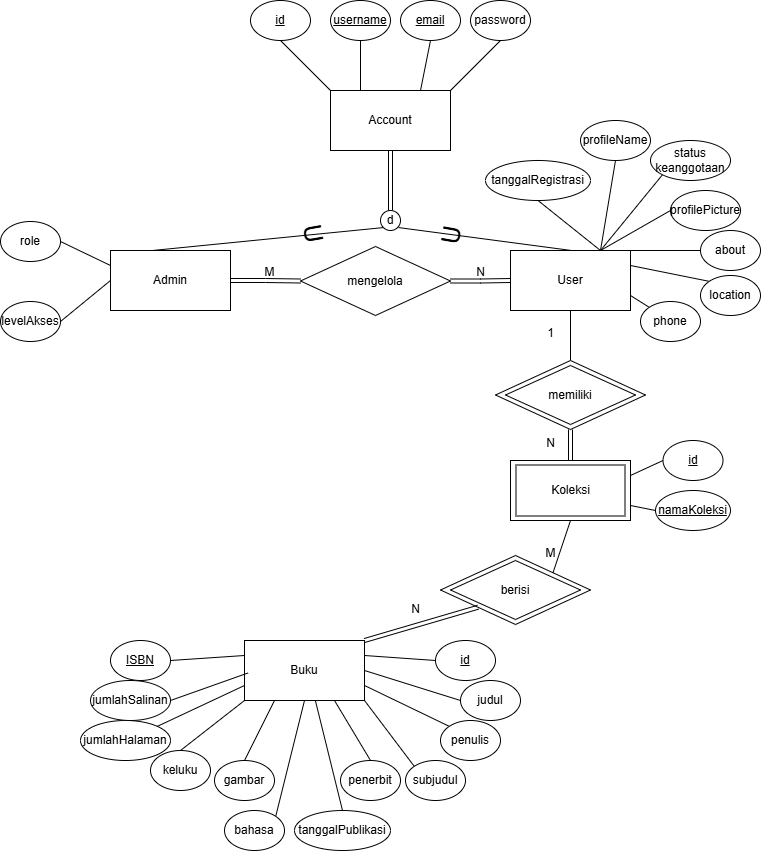
This is erd_pkpl.drawio.png from anthef/anthef, a draw.io export, as it was before one commit. Source tidied: cells renumbered, new cells last; positions are measured from the earlier drawing's top-left corner, leaving out a move shared by most shapes.
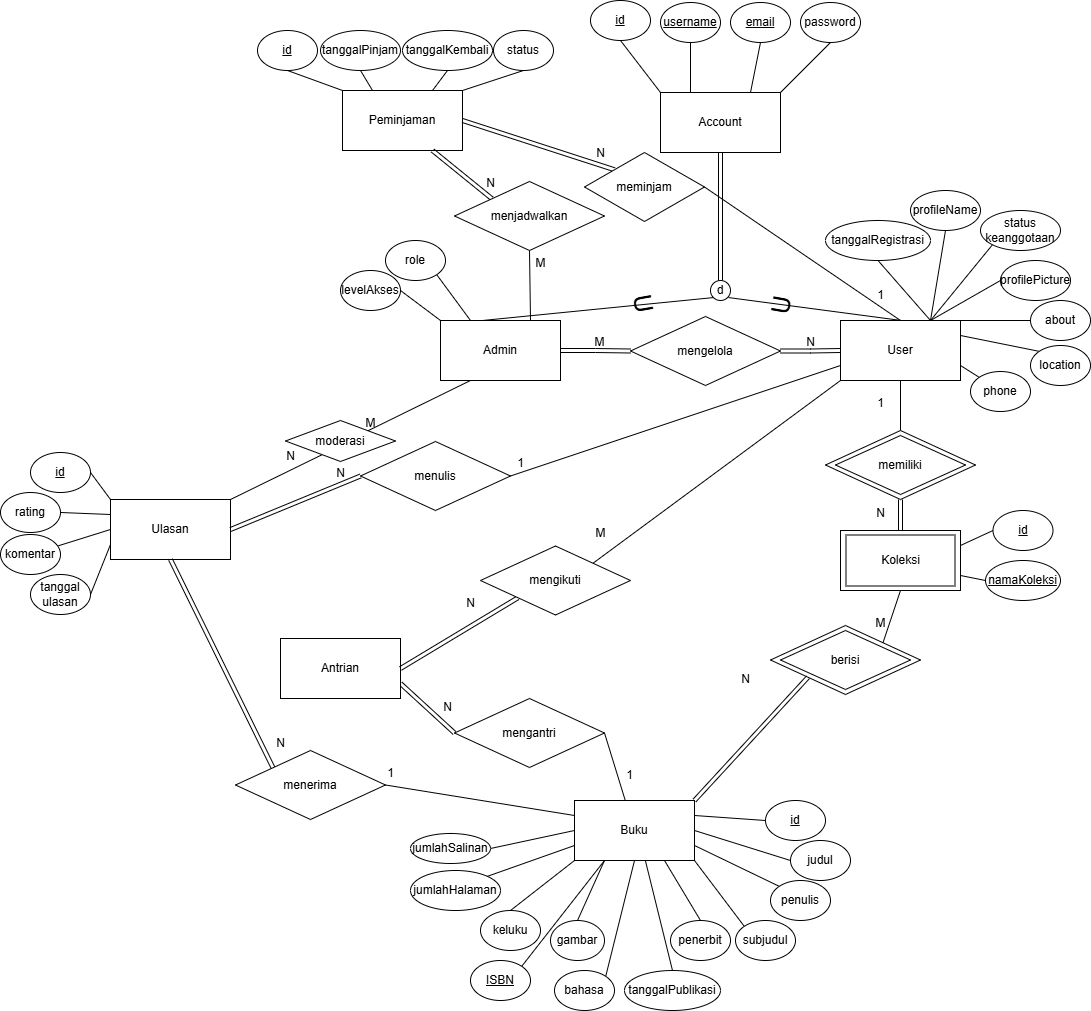
The same file after the commit.

Commit message:
finish erd

What changed in the source:
```diff
@@ -8,15 +8,15 @@
     <mxCell id="3" value="Account" style="rounded=0;whiteSpace=wrap;html=1;" parent="1" vertex="1">
-      <mxGeometry x="330" y="90" width="120" height="60" as="geometry" />
+      <mxGeometry x="330" y="22" width="120" height="60" as="geometry" />
     </mxCell>
     <mxCell id="4" value="&lt;u&gt;id&lt;/u&gt;" style="ellipse;whiteSpace=wrap;html=1;" parent="1" vertex="1">
-      <mxGeometry x="250" width="60" height="40" as="geometry" />
+      <mxGeometry x="260" y="-70" width="60" height="40" as="geometry" />
     </mxCell>
     <mxCell id="5" value="&lt;u&gt;username&lt;/u&gt;" style="ellipse;whiteSpace=wrap;html=1;" parent="1" vertex="1">
-      <mxGeometry x="330" width="60" height="40" as="geometry" />
+      <mxGeometry x="330" y="-68" width="60" height="40" as="geometry" />
     </mxCell>
     <mxCell id="6" value="&lt;u&gt;email&lt;/u&gt;" style="ellipse;whiteSpace=wrap;html=1;" parent="1" vertex="1">
-      <mxGeometry x="400" width="60" height="40" as="geometry" />
+      <mxGeometry x="400" y="-68" width="60" height="40" as="geometry" />
     </mxCell>
     <mxCell id="7" value="password" style="ellipse;whiteSpace=wrap;html=1;" parent="1" vertex="1">
-      <mxGeometry x="470" width="60" height="40" as="geometry" />
+      <mxGeometry x="470" y="-68" width="60" height="40" as="geometry" />
     </mxCell>
@@ -45,2 +45,8 @@
     </mxCell>
+    <mxCell id="88" style="rounded=0;jettySize=auto;html=1;exitX=0.25;exitY=1;exitDx=0;exitDy=0;entryX=1;entryY=0;entryDx=0;entryDy=0;endArrow=none;startFill=0;" parent="1" edge="1" source="118" target="104">
+      <mxGeometry relative="1" as="geometry" />
+    </mxCell>
+    <mxCell id="89" style="rounded=0;jettySize=auto;html=1;exitX=0.75;exitY=0;exitDx=0;exitDy=0;entryX=0.5;entryY=1;entryDx=0;entryDy=0;endArrow=none;startFill=0;" parent="1" edge="1" source="15" target="135">
+      <mxGeometry relative="1" as="geometry" />
+    </mxCell>
     <mxCell id="15" value="Admin" style="rounded=0;whiteSpace=wrap;html=1;" parent="1" vertex="1">
@@ -69,2 +75,11 @@
     </mxCell>
+    <mxCell id="90" style="rounded=0;jettySize=auto;html=1;exitX=0;exitY=1;exitDx=0;exitDy=0;entryX=1;entryY=0;entryDx=0;entryDy=0;endArrow=none;startFill=0;" parent="1" edge="1" source="23" target="97">
+      <mxGeometry relative="1" as="geometry" />
+    </mxCell>
+    <mxCell id="91" style="rounded=0;jettySize=auto;html=1;exitX=0;exitY=0.75;exitDx=0;exitDy=0;entryX=1;entryY=0.5;entryDx=0;entryDy=0;endArrow=none;startFill=0;" parent="1" edge="1" source="23" target="114">
+      <mxGeometry relative="1" as="geometry" />
+    </mxCell>
+    <mxCell id="92" style="rounded=0;jettySize=auto;html=1;exitX=0.5;exitY=0;exitDx=0;exitDy=0;entryX=1;entryY=0.5;entryDx=0;entryDy=0;endArrow=none;startFill=0;" parent="1" edge="1" source="23" target="139">
+      <mxGeometry relative="1" as="geometry" />
+    </mxCell>
     <mxCell id="23" value="User" style="rounded=0;whiteSpace=wrap;html=1;" parent="1" vertex="1">
@@ -84,3 +99,3 @@
     </mxCell>
-    <mxCell id="27" style="rounded=0;jettySize=auto;html=1;exitX=1;exitY=0.5;exitDx=0;exitDy=0;entryX=0;entryY=0.25;entryDx=0;entryDy=0;endArrow=none;startFill=0;" parent="1" edge="1" source="28" target="15">
+    <mxCell id="27" style="rounded=0;jettySize=auto;html=1;exitX=1;exitY=1;exitDx=0;exitDy=0;entryX=0.25;entryY=0;entryDx=0;entryDy=0;endArrow=none;startFill=0;" parent="1" edge="1" source="28" target="15">
       <mxGeometry relative="1" as="geometry" />
@@ -88,5 +103,5 @@
     <mxCell id="28" value="role" style="ellipse;whiteSpace=wrap;html=1;" parent="1" vertex="1">
-      <mxGeometry y="221" width="60" height="40" as="geometry" />
+      <mxGeometry x="55" y="170" width="60" height="40" as="geometry" />
     </mxCell>
-    <mxCell id="29" style="rounded=0;jettySize=auto;html=1;exitX=1;exitY=0.5;exitDx=0;exitDy=0;entryX=0;entryY=0.5;entryDx=0;entryDy=0;endArrow=none;startFill=0;" parent="1" edge="1" source="30" target="15">
+    <mxCell id="29" style="rounded=0;jettySize=auto;html=1;exitX=1;exitY=0.5;exitDx=0;exitDy=0;entryX=0;entryY=0;entryDx=0;entryDy=0;endArrow=none;startFill=0;" parent="1" edge="1" source="30" target="15">
       <mxGeometry relative="1" as="geometry" />
@@ -94,3 +109,3 @@
     <mxCell id="30" value="levelAkses" style="ellipse;whiteSpace=wrap;html=1;" parent="1" vertex="1">
-      <mxGeometry y="301" width="60" height="40" as="geometry" />
+      <mxGeometry x="10" y="200" width="60" height="40" as="geometry" />
     </mxCell>
@@ -115,3 +130,3 @@
     <mxCell id="37" value="tanggalRegistrasi" style="ellipse;whiteSpace=wrap;html=1;" parent="1" vertex="1">
-      <mxGeometry x="485" y="160" width="105" height="40" as="geometry" />
+      <mxGeometry x="495" y="150" width="105" height="40" as="geometry" />
     </mxCell>
@@ -171,4 +186,7 @@
     </mxCell>
+    <mxCell id="93" style="rounded=0;jettySize=auto;html=1;exitX=0;exitY=0.25;exitDx=0;exitDy=0;entryX=1;entryY=0.5;entryDx=0;entryDy=0;endArrow=none;startFill=0;" parent="1" edge="1" source="56" target="122">
+      <mxGeometry relative="1" as="geometry" />
+    </mxCell>
     <mxCell id="56" value="Buku" style="rounded=0;whiteSpace=wrap;html=1;" parent="1" vertex="1">
-      <mxGeometry x="244" y="640" width="120" height="60" as="geometry" />
+      <mxGeometry x="244" y="730" width="120" height="60" as="geometry" />
     </mxCell>
@@ -196,3 +214,3 @@
     <mxCell id="64" value="&lt;span&gt;tanggalPublikasi&lt;/span&gt;" style="ellipse;whiteSpace=wrap;html=1;fontStyle=0;" parent="1" vertex="1">
-      <mxGeometry x="294" y="810" width="96" height="40" as="geometry" />
+      <mxGeometry x="294" y="900" width="96" height="40" as="geometry" />
     </mxCell>
@@ -202,3 +220,3 @@
     <mxCell id="66" value="&lt;span&gt;penerbit&lt;/span&gt;" style="ellipse;whiteSpace=wrap;html=1;fontStyle=0;" parent="1" vertex="1">
-      <mxGeometry x="340" y="760" width="60" height="40" as="geometry" />
+      <mxGeometry x="340" y="850" width="60" height="40" as="geometry" />
     </mxCell>
@@ -208,3 +226,3 @@
     <mxCell id="68" value="&lt;span&gt;subjudul&lt;/span&gt;" style="ellipse;whiteSpace=wrap;html=1;fontStyle=0;" parent="1" vertex="1">
-      <mxGeometry x="405" y="760" width="60" height="40" as="geometry" />
+      <mxGeometry x="405" y="850" width="60" height="40" as="geometry" />
     </mxCell>
@@ -214,3 +232,3 @@
     <mxCell id="70" value="&lt;span&gt;penulis&lt;/span&gt;" style="ellipse;whiteSpace=wrap;html=1;fontStyle=0;" parent="1" vertex="1">
-      <mxGeometry x="440" y="720" width="60" height="40" as="geometry" />
+      <mxGeometry x="440" y="810" width="60" height="40" as="geometry" />
     </mxCell>
@@ -220,6 +238,6 @@
     <mxCell id="72" value="&lt;span&gt;judul&lt;/span&gt;" style="ellipse;whiteSpace=wrap;html=1;fontStyle=0;" parent="1" vertex="1">
-      <mxGeometry x="460" y="680" width="60" height="40" as="geometry" />
+      <mxGeometry x="460" y="770" width="60" height="40" as="geometry" />
     </mxCell>
     <mxCell id="73" value="&lt;u&gt;id&lt;/u&gt;" style="ellipse;whiteSpace=wrap;html=1;" parent="1" vertex="1">
-      <mxGeometry x="435" y="640" width="60" height="40" as="geometry" />
+      <mxGeometry x="435" y="730" width="60" height="40" as="geometry" />
     </mxCell>
@@ -229,3 +247,3 @@
     <mxCell id="75" value="&lt;span&gt;gambar&lt;/span&gt;" style="ellipse;whiteSpace=wrap;html=1;fontStyle=0;" parent="1" vertex="1">
-      <mxGeometry x="214" y="760" width="60" height="40" as="geometry" />
+      <mxGeometry x="220" y="850" width="54" height="40" as="geometry" />
     </mxCell>
@@ -235,3 +253,3 @@
     <mxCell id="77" value="&lt;span&gt;keluku&lt;/span&gt;" style="ellipse;whiteSpace=wrap;html=1;fontStyle=0;" parent="1" vertex="1">
-      <mxGeometry x="150" y="750" width="60" height="40" as="geometry" />
+      <mxGeometry x="150" y="840" width="60" height="40" as="geometry" />
     </mxCell>
@@ -241,8 +259,8 @@
     <mxCell id="79" value="&lt;span&gt;jumlahHalaman&lt;/span&gt;" style="ellipse;whiteSpace=wrap;html=1;fontStyle=0;" parent="1" vertex="1">
-      <mxGeometry x="80" y="720" width="90" height="40" as="geometry" />
+      <mxGeometry x="80" y="800" width="90" height="40" as="geometry" />
     </mxCell>
     <mxCell id="80" value="&lt;span&gt;jumlahSalinan&lt;/span&gt;" style="ellipse;whiteSpace=wrap;html=1;fontStyle=0;" parent="1" vertex="1">
-      <mxGeometry x="90" y="680" width="80" height="40" as="geometry" />
+      <mxGeometry x="80" y="763" width="80" height="30" as="geometry" />
     </mxCell>
-    <mxCell id="81" style="rounded=0;jettySize=auto;html=1;exitX=1;exitY=0.5;exitDx=0;exitDy=0;entryX=0;entryY=0.25;entryDx=0;entryDy=0;endArrow=none;startFill=0;" parent="1" edge="1" source="82" target="56">
+    <mxCell id="81" style="rounded=0;jettySize=auto;html=1;exitX=1;exitY=0;exitDx=0;exitDy=0;entryX=0.25;entryY=1;entryDx=0;entryDy=0;endArrow=none;startFill=0;" parent="1" edge="1" source="82" target="56">
       <mxGeometry relative="1" as="geometry" />
@@ -250,3 +268,3 @@
     <mxCell id="82" value="&lt;u&gt;ISBN&lt;/u&gt;" style="ellipse;whiteSpace=wrap;html=1;" parent="1" vertex="1">
-      <mxGeometry x="110" y="640" width="60" height="40" as="geometry" />
+      <mxGeometry x="140" y="890" width="60" height="40" as="geometry" />
     </mxCell>
@@ -256,5 +274,5 @@
     <mxCell id="84" value="&lt;span&gt;bahasa&lt;/span&gt;" style="ellipse;whiteSpace=wrap;html=1;fontStyle=0;" parent="1" vertex="1">
-      <mxGeometry x="224" y="810" width="60" height="40" as="geometry" />
+      <mxGeometry x="224" y="900" width="60" height="40" as="geometry" />
     </mxCell>
-    <mxCell id="85" style="rounded=0;jettySize=auto;html=1;exitX=1;exitY=0.5;exitDx=0;exitDy=0;entryX=0.03;entryY=0.541;entryDx=0;entryDy=0;entryPerimeter=0;endArrow=none;startFill=0;" parent="1" edge="1" source="80" target="56">
+    <mxCell id="85" style="rounded=0;jettySize=auto;html=1;exitX=1;exitY=0.5;exitDx=0;exitDy=0;entryX=0;entryY=0.5;entryDx=0;entryDy=0;endArrow=none;startFill=0;" parent="1" edge="1" source="80" target="56">
       <mxGeometry relative="1" as="geometry" />
@@ -267,2 +285,146 @@
     </mxCell>
+    <mxCell id="94" style="rounded=0;jettySize=auto;html=1;exitX=1;exitY=0.75;exitDx=0;exitDy=0;entryX=0;entryY=0.5;entryDx=0;entryDy=0;endArrow=none;startFill=0;shape=link;" parent="1" edge="1" source="95" target="101">
+      <mxGeometry relative="1" as="geometry" />
+    </mxCell>
+    <mxCell id="95" value="Antrian" style="rounded=0;whiteSpace=wrap;html=1;" parent="1" vertex="1">
+      <mxGeometry x="-50" y="568" width="120" height="60" as="geometry" />
+    </mxCell>
+    <mxCell id="96" style="rounded=0;jettySize=auto;html=1;exitX=0;exitY=1;exitDx=0;exitDy=0;entryX=1;entryY=0.5;entryDx=0;entryDy=0;endArrow=none;startFill=0;shape=link;" parent="1" edge="1" source="97" target="95">
+      <mxGeometry relative="1" as="geometry" />
+    </mxCell>
+    <mxCell id="97" value="mengikuti" style="rhombus;whiteSpace=wrap;html=1;" parent="1" vertex="1">
+      <mxGeometry x="150" y="475.5" width="150" height="69" as="geometry" />
+    </mxCell>
+    <mxCell id="98" value="M" style="text;html=1;align=center;verticalAlign=middle;strokeColor=none;fillColor=none;" parent="1" vertex="1">
+      <mxGeometry x="255" y="448" width="30" height="30" as="geometry" />
+    </mxCell>
+    <mxCell id="99" value="N" style="text;html=1;align=center;verticalAlign=middle;strokeColor=none;fillColor=none;" parent="1" vertex="1">
+      <mxGeometry x="125" y="518" width="30" height="30" as="geometry" />
+    </mxCell>
+    <mxCell id="100" style="rounded=0;jettySize=auto;html=1;exitX=1;exitY=0.5;exitDx=0;exitDy=0;endArrow=none;startFill=0;" parent="1" edge="1" source="101" target="56">
+      <mxGeometry relative="1" as="geometry" />
+    </mxCell>
+    <mxCell id="101" value="mengantri" style="rhombus;whiteSpace=wrap;html=1;" parent="1" vertex="1">
+      <mxGeometry x="124" y="628" width="150" height="69" as="geometry" />
+    </mxCell>
+    <mxCell id="102" value="N" style="text;html=1;align=center;verticalAlign=middle;strokeColor=none;fillColor=none;" parent="1" vertex="1">
+      <mxGeometry x="102" y="622" width="30" height="30" as="geometry" />
+    </mxCell>
+    <mxCell id="103" value="1" style="text;html=1;align=center;verticalAlign=middle;strokeColor=none;fillColor=none;" parent="1" vertex="1">
+      <mxGeometry x="284" y="690" width="30" height="30" as="geometry" />
+    </mxCell>
+    <mxCell id="104" value="Ulasan" style="rounded=0;whiteSpace=wrap;html=1;" parent="1" vertex="1">
+      <mxGeometry x="-220" y="429" width="120" height="60" as="geometry" />
+    </mxCell>
+    <mxCell id="105" style="rounded=0;jettySize=auto;html=1;exitX=1;exitY=0.5;exitDx=0;exitDy=0;entryX=0;entryY=0.25;entryDx=0;entryDy=0;endArrow=none;startFill=0;" parent="1" edge="1" source="106" target="104">
+      <mxGeometry relative="1" as="geometry" />
+    </mxCell>
+    <mxCell id="106" value="rating" style="ellipse;whiteSpace=wrap;html=1;" parent="1" vertex="1">
+      <mxGeometry x="-330" y="422" width="60" height="40" as="geometry" />
+    </mxCell>
+    <mxCell id="107" style="rounded=0;jettySize=auto;html=1;entryX=0;entryY=0.5;entryDx=0;entryDy=0;endArrow=none;startFill=0;" parent="1" edge="1" source="108" target="104">
+      <mxGeometry relative="1" as="geometry" />
+    </mxCell>
+    <mxCell id="108" value="komentar" style="ellipse;whiteSpace=wrap;html=1;" parent="1" vertex="1">
+      <mxGeometry x="-330" y="464" width="60" height="40" as="geometry" />
+    </mxCell>
+    <mxCell id="109" style="rounded=0;jettySize=auto;html=1;exitX=1;exitY=0.5;exitDx=0;exitDy=0;entryX=0;entryY=0.75;entryDx=0;entryDy=0;endArrow=none;startFill=0;" parent="1" edge="1" source="110" target="104">
+      <mxGeometry relative="1" as="geometry" />
+    </mxCell>
+    <mxCell id="110" value="tanggal ulasan" style="ellipse;whiteSpace=wrap;html=1;" parent="1" vertex="1">
+      <mxGeometry x="-300" y="504" width="60" height="40" as="geometry" />
+    </mxCell>
+    <mxCell id="111" value="&lt;u&gt;id&lt;/u&gt;" style="ellipse;whiteSpace=wrap;html=1;" parent="1" vertex="1">
+      <mxGeometry x="-300" y="382" width="60" height="40" as="geometry" />
+    </mxCell>
+    <mxCell id="112" style="rounded=0;jettySize=auto;html=1;exitX=1;exitY=0.5;exitDx=0;exitDy=0;entryX=0;entryY=0;entryDx=0;entryDy=0;endArrow=none;startFill=0;" parent="1" edge="1" source="111" target="104">
+      <mxGeometry relative="1" as="geometry" />
+    </mxCell>
+    <mxCell id="113" style="rounded=0;jettySize=auto;html=1;exitX=0;exitY=0.5;exitDx=0;exitDy=0;entryX=1;entryY=0.5;entryDx=0;entryDy=0;shape=link;" parent="1" edge="1" source="114" target="104">
+      <mxGeometry relative="1" as="geometry" />
+    </mxCell>
+    <mxCell id="114" value="menulis" style="rhombus;whiteSpace=wrap;html=1;" parent="1" vertex="1">
+      <mxGeometry x="30" y="371" width="150" height="69" as="geometry" />
+    </mxCell>
+    <mxCell id="115" value="1" style="text;html=1;align=center;verticalAlign=middle;strokeColor=none;fillColor=none;" parent="1" vertex="1">
+      <mxGeometry x="175" y="378" width="30" height="30" as="geometry" />
+    </mxCell>
+    <mxCell id="116" value="N" style="text;html=1;align=center;verticalAlign=middle;strokeColor=none;fillColor=none;" parent="1" vertex="1">
+      <mxGeometry x="-5" y="388" width="30" height="30" as="geometry" />
+    </mxCell>
+    <mxCell id="117" style="rounded=0;jettySize=auto;html=1;exitX=0.25;exitY=1;exitDx=0;exitDy=0;entryX=1;entryY=0;entryDx=0;entryDy=0;endArrow=none;startFill=0;" parent="1" edge="1" source="15" target="118">
+      <mxGeometry relative="1" as="geometry" />
+    </mxCell>
+    <mxCell id="118" value="moderasi" style="rhombus;whiteSpace=wrap;html=1;" parent="1" vertex="1">
+      <mxGeometry x="-45" y="350" width="110" height="41" as="geometry" />
+    </mxCell>
+    <mxCell id="119" value="M" style="text;html=1;align=center;verticalAlign=middle;strokeColor=none;fillColor=none;" parent="1" vertex="1">
+      <mxGeometry x="25" y="338" width="30" height="30" as="geometry" />
+    </mxCell>
+    <mxCell id="120" value="N" style="text;html=1;align=center;verticalAlign=middle;strokeColor=none;fillColor=none;" parent="1" vertex="1">
+      <mxGeometry x="-55" y="371" width="30" height="30" as="geometry" />
+    </mxCell>
+    <mxCell id="121" style="rounded=0;jettySize=auto;html=1;exitX=0;exitY=0;exitDx=0;exitDy=0;entryX=0.5;entryY=1;entryDx=0;entryDy=0;shape=link;" parent="1" edge="1" source="122" target="104">
+      <mxGeometry relative="1" as="geometry" />
+    </mxCell>
+    <mxCell id="122" value="menerima" style="rhombus;whiteSpace=wrap;html=1;" parent="1" vertex="1">
+      <mxGeometry x="-95" y="680" width="150" height="69" as="geometry" />
+    </mxCell>
+    <mxCell id="123" value="1" style="text;html=1;align=center;verticalAlign=middle;strokeColor=none;fillColor=none;" parent="1" vertex="1">
+      <mxGeometry x="45" y="688" width="30" height="30" as="geometry" />
+    </mxCell>
+    <mxCell id="124" value="N" style="text;html=1;align=center;verticalAlign=middle;strokeColor=none;fillColor=none;" parent="1" vertex="1">
+      <mxGeometry x="-65" y="658" width="30" height="30" as="geometry" />
+    </mxCell>
+    <mxCell id="125" value="Peminjaman" style="rounded=0;whiteSpace=wrap;html=1;" parent="1" vertex="1">
+      <mxGeometry x="12" y="20" width="120" height="60" as="geometry" />
+    </mxCell>
+    <mxCell id="126" style="rounded=0;jettySize=auto;html=1;exitX=0.5;exitY=1;exitDx=0;exitDy=0;entryX=0.25;entryY=0;entryDx=0;entryDy=0;endArrow=none;startFill=0;" parent="1" edge="1" source="127" target="125">
+      <mxGeometry relative="1" as="geometry" />
+    </mxCell>
+    <mxCell id="127" value="tanggalPinjam" style="ellipse;whiteSpace=wrap;html=1;" parent="1" vertex="1">
+      <mxGeometry x="-10" y="-40" width="80" height="40" as="geometry" />
+    </mxCell>
+    <mxCell id="128" style="rounded=0;jettySize=auto;html=1;exitX=0.5;exitY=1;exitDx=0;exitDy=0;entryX=0.75;entryY=0;entryDx=0;entryDy=0;endArrow=none;startFill=0;" parent="1" edge="1" source="129" target="125">
+      <mxGeometry relative="1" as="geometry" />
+    </mxCell>
+    <mxCell id="129" value="tanggalKembali" style="ellipse;whiteSpace=wrap;html=1;" parent="1" vertex="1">
+      <mxGeometry x="72" y="-40" width="90" height="40" as="geometry" />
+    </mxCell>
+    <mxCell id="130" style="rounded=0;jettySize=auto;html=1;exitX=0.5;exitY=1;exitDx=0;exitDy=0;entryX=1;entryY=0;entryDx=0;entryDy=0;endArrow=none;startFill=0;" parent="1" edge="1" source="131" target="125">
+      <mxGeometry relative="1" as="geometry" />
+    </mxCell>
+    <mxCell id="131" value="status" style="ellipse;whiteSpace=wrap;html=1;" parent="1" vertex="1">
+      <mxGeometry x="163" y="-40" width="60" height="40" as="geometry" />
+    </mxCell>
+    <mxCell id="132" style="rounded=0;jettySize=auto;html=1;exitX=0.5;exitY=1;exitDx=0;exitDy=0;entryX=0;entryY=0;entryDx=0;entryDy=0;endArrow=none;startFill=0;" parent="1" edge="1" source="133" target="125">
+      <mxGeometry relative="1" as="geometry" />
+    </mxCell>
+    <mxCell id="133" value="&lt;u&gt;id&lt;/u&gt;" style="ellipse;whiteSpace=wrap;html=1;" parent="1" vertex="1">
+      <mxGeometry x="-73" y="-40" width="60" height="40" as="geometry" />
+    </mxCell>
+    <mxCell id="134" style="rounded=0;jettySize=auto;html=1;exitX=0;exitY=0;exitDx=0;exitDy=0;entryX=0.75;entryY=1;entryDx=0;entryDy=0;shape=link;" parent="1" edge="1" source="135" target="125">
+      <mxGeometry relative="1" as="geometry" />
+    </mxCell>
+    <mxCell id="135" value="menjadwalkan" style="rhombus;whiteSpace=wrap;html=1;" parent="1" vertex="1">
+      <mxGeometry x="124" y="111" width="150" height="69" as="geometry" />
+    </mxCell>
+    <mxCell id="136" value="M" style="text;html=1;align=center;verticalAlign=middle;strokeColor=none;fillColor=none;" parent="1" vertex="1">
+      <mxGeometry x="195" y="178" width="30" height="30" as="geometry" />
+    </mxCell>
+    <mxCell id="137" value="N" style="text;html=1;align=center;verticalAlign=middle;strokeColor=none;fillColor=none;" parent="1" vertex="1">
+      <mxGeometry x="145" y="98" width="30" height="30" as="geometry" />
+    </mxCell>
+    <mxCell id="138" style="rounded=0;jettySize=auto;html=1;exitX=0;exitY=0;exitDx=0;exitDy=0;entryX=1;entryY=0.5;entryDx=0;entryDy=0;shape=link;" parent="1" edge="1" source="139" target="125">
+      <mxGeometry relative="1" as="geometry" />
+    </mxCell>
+    <mxCell id="139" value="meminjam" style="rhombus;whiteSpace=wrap;html=1;" parent="1" vertex="1">
+      <mxGeometry x="254" y="82" width="120" height="69" as="geometry" />
+    </mxCell>
+    <mxCell id="140" value="1" style="text;html=1;align=center;verticalAlign=middle;strokeColor=none;fillColor=none;" parent="1" vertex="1">
+      <mxGeometry x="535" y="210" width="30" height="30" as="geometry" />
+    </mxCell>
+    <mxCell id="141" value="N" style="text;html=1;align=center;verticalAlign=middle;strokeColor=none;fillColor=none;" parent="1" vertex="1">
+      <mxGeometry x="255" y="68" width="30" height="30" as="geometry" />
+    </mxCell>
   </root>
```
